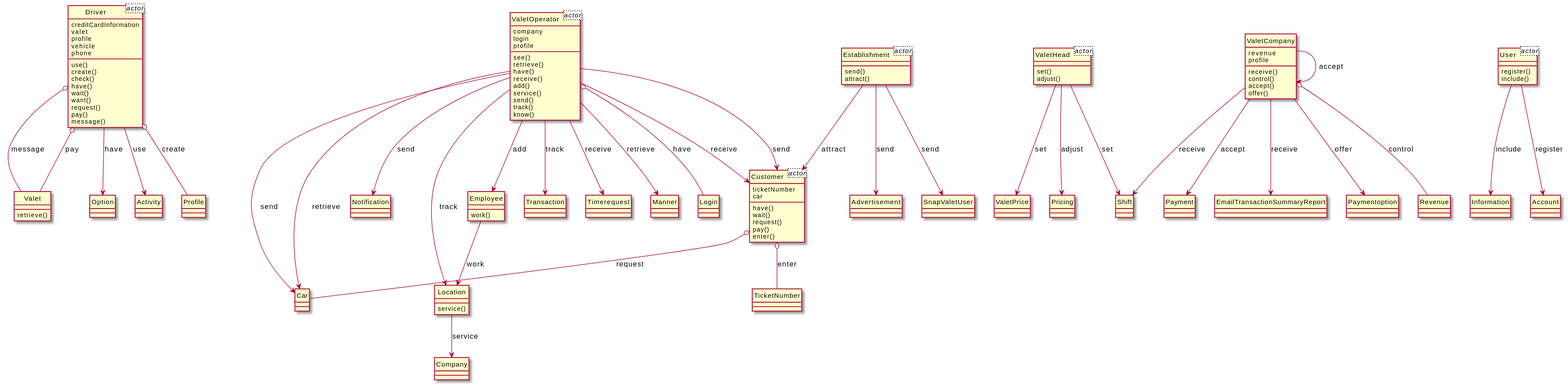
Above: output/diagram_5/2014-USC-Project03.svg in xixixhalu/DomainModelExtractor (PlantUML), before the change.
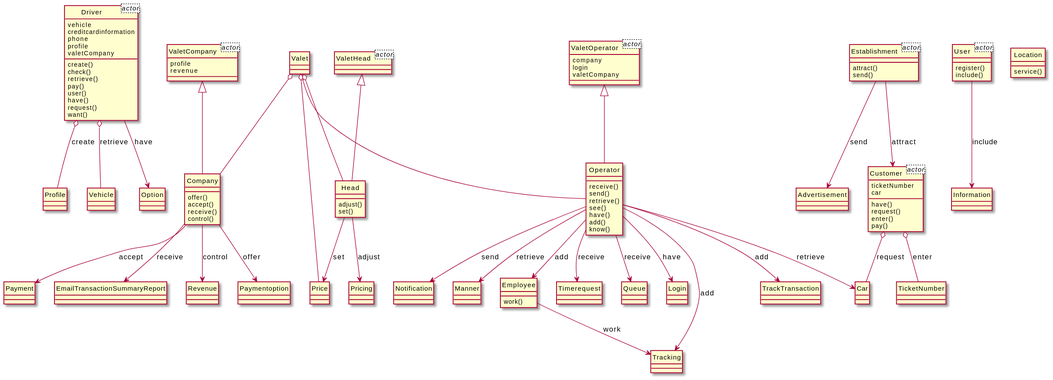
After the commit.

What changed in the source:
```diff
@@ -1,11 +1,15 @@
 @startuml
 hide circle
 class Driver<actor> {
-	creditCardInformation
-	valet
+	vehicle
+	creditcardinformation
+	phone
 	profile
-	vehicle
-	phone
+	valetCompany
+}
+class ValetCompany<actor> {
+	profile
+	revenue
 }
 class Establishment<actor> {
 }
@@ -16,41 +20,74 @@
 class ValetOperator<actor> {
 	company
 	login
-	profile
+	valetCompany
 }
 class ValetHead<actor> {
 }
 class User<actor> {
 }
-class ValetCompany {
-	revenue
-	profile
+class Valet {
+}
+class Head {
+	adjust()
+	set()
+}
+class Price {
+}
+class Operator {
+	receive()
+	send()
+	retrieve()
+	see()
+	have()
+	add()
+	know()
+}
+class Company {
+	offer()
+	accept()
 	receive()
 	control()
-	accept()
-	offer()
+}
+class Revenue {
 }
 class Driver {
-	use()
 	create()
 	check()
+	retrieve()
+	pay()
+	user()
 	have()
-	wait()
+	request()
 	want()
+}
+class Login {
+}
+class Tracking {
+}
+class Timerequest {
+}
+class Queue {
+}
+class Pricing {
+}
+class Customer {
+	have()
 	request()
+	enter()
 	pay()
-	message()
 }
-class ValetOperator {
-	see()
-	retrieve()
-	have()
-	receive()
-	add()
+class TicketNumber {
+}
+class Employee {
+	work()
+}
+class Paymentoption {
+}
+class Profile {
+}
+class Location {
 	service()
-	send()
-	track()
-	know()
 }
 class User {
 	register()
@@ -58,104 +95,63 @@
 }
 class Information {
 }
+class Car {
+}
+class Payment {
+}
+class Vehicle {
+}
+class Establishment {
+	attract()
+	send()
+}
+class TrackTransaction {
+}
+class EmailTransactionSummaryReport {
+}
 class Notification {
 }
-class Location {
-	service()
+class Manner {
 }
-class Valet {
-	retrieve()
-}
-class Paymentoption {
-}
-class ValetHead {
-	set()
-	adjust()
-}
-class ValetPrice {
-}
-class Employee {
-	work()
-}
-class Establishment {
-	send()
-	attract()
-}
-class SnapValetUser {
-}
-class Shift {
-}
-class Customer {
-	have()
-	wait()
-	request()
-	pay()
-	enter()
-}
-class Revenue {
-}
-class TicketNumber {
+class Advertisement {
 }
 class Option {
 }
-class Car {
+class ValetCompany {
 }
-class Activity {
+class ValetOperator {
 }
-class Company {
+class ValetHead {
 }
-class Advertisement {
-}
-class Payment {
-}
-class Transaction {
-}
-class EmailTransactionSummaryReport {
-}
-class Timerequest {
-}
-class Profile {
-}
-class Account {
-}
-class Manner {
-}
-class Pricing {
-}
-class Login {
-}
-ValetOperator --> Timerequest : receive
-Driver o-- Valet : message
-Employee --> Location : work
+Operator --> Manner : retrieve
+Head --> Price : set
+Establishment --> Advertisement : send
+Operator --> Login : have
+User --> Information : include
+Driver --> Option : have
+Valet o-- Operator
+Operator --> Tracking : add
 Customer o-- Car : request
-ValetCompany --> Paymentoption : offer
+ValetCompany <|-- Company
+Operator --> Timerequest : receive
+Company --> Payment : accept
+Valet o-- Price
+ValetOperator <|-- Operator
+Operator --> Queue : receive
+Driver o-- Vehicle : retrieve
+Valet o-- Head
+Head --> Pricing : adjust
+Employee --> Tracking : work
+ValetHead <|-- Head
+Establishment --> Customer : attract
+Operator --> TrackTransaction : add
+Customer o-- TicketNumber : enter
+Company --> EmailTransactionSummaryReport : receive
+Operator --> Employee : add
+Operator --> Notification : send
+Company --> Paymentoption : offer
+Operator --> Car : retrieve
+Valet o-- Company
 Driver o-- Profile : create
-Driver o-- Valet : pay
-ValetOperator --> Car : send
-ValetCompany --> ValetCompany : accept
-Establishment --> Customer : attract
-ValetHead --> ValetPrice : set
-User --> Account : register
-Driver --> Activity : use
-ValetOperator --> Employee : add
-ValetOperator --> Manner : retrieve
-Location --> Company : service
-ValetHead --> Pricing : adjust
-ValetCompany --> Shift : receive
-Establishment --> SnapValetUser : send
-ValetOperator --> Car : retrieve
-Establishment --> Advertisement : send
-ValetHead --> Shift : set
-ValetCompany --> Payment : accept
-ValetOperator o-- Login : have
-ValetOperator --> Customer : send
-ValetOperator --> Transaction : track
-Driver --> Option : have
-ValetOperator --> Location : track
-User --> Information : include
-ValetCompany --> EmailTransactionSummaryReport : receive
-ValetCompany o-- Revenue : control
-ValetOperator --> Customer : receive
-Customer o-- TicketNumber : enter
-ValetOperator --> Notification : send
+Company --> Revenue : control
 @enduml
```
